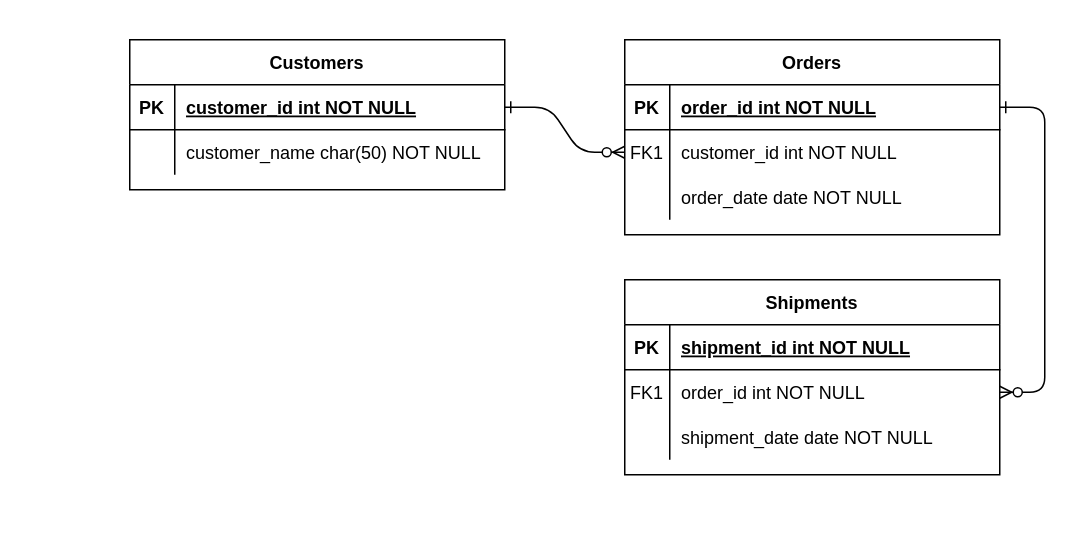
Earlier version of the draw.io diagram Courses-diagram.drawio (DulamaA/ER-diagrams). Source tidied: cells renumbered, new cells numbered last; positions are measured from the earlier drawing's top-left corner, leaving out a move shared by most shapes. Both pictures are drawn from the tidied source at 150%, with x=0, y=0 at pixel (129, 39).
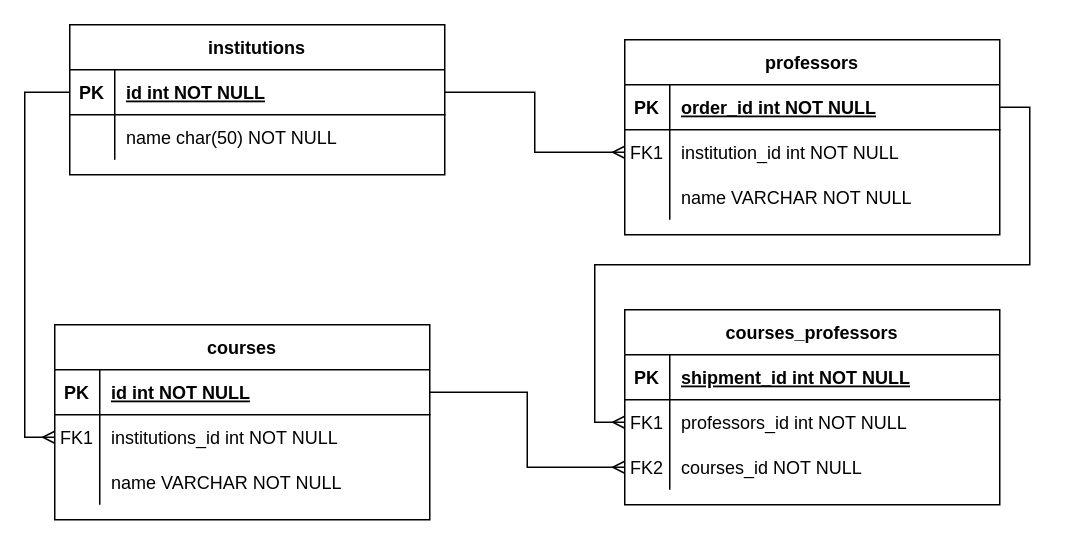
After the change.

Unchanged cells that the change refers to:
```xml
<mxCell id="5" style="shape=partialRectangle;fillColor=none;points=[[0,0.5],[1,0.5]];portConstraint=eastwest;top=0;left=0;right=0;bottom=1;" parent="4" vertex="1">
  <mxGeometry y="30" width="250" height="30" as="geometry" />
</mxCell>
<mxCell id="8" style="shape=partialRectangle;fillColor=none;points=[[0,0.5],[1,0.5]];portConstraint=eastwest;top=0;left=0;right=0;bottom=0;" parent="4" vertex="1">
  <mxGeometry y="60" width="250" height="30" as="geometry" />
</mxCell>
<mxCell id="11" style="shape=partialRectangle;fillColor=none;top=0;left=0;right=0;bottom=0;" parent="4" vertex="1">
  <mxGeometry y="90" width="250" height="30" as="geometry" />
</mxCell>
<mxCell id="18" style="shape=partialRectangle;fillColor=none;points=[[0,0.5],[1,0.5]];portConstraint=eastwest;top=0;left=0;right=0;bottom=0;" parent="14" vertex="1">
  <mxGeometry y="60" width="250" height="30" as="geometry" />
</mxCell>
<mxCell id="21" style="shape=partialRectangle;fillColor=none;points=[[0,0.5],[1,0.5]];portConstraint=eastwest;top=0;left=0;right=0;bottom=0;" parent="14" vertex="1">
  <mxGeometry y="90" width="250" height="30" as="geometry" />
</mxCell>
<mxCell id="25" style="shape=partialRectangle;fillColor=none;points=[[0,0.5],[1,0.5]];portConstraint=eastwest;top=0;left=0;right=0;bottom=1;" parent="24" vertex="1">
  <mxGeometry y="30" width="250" height="30" as="geometry" />
</mxCell>
<mxCell id="28" style="shape=partialRectangle;fillColor=none;top=0;left=0;right=0;bottom=0;" parent="24" vertex="1">
  <mxGeometry y="60" width="250" height="30" as="geometry" />
</mxCell>
```

Change to the diagram source:
```diff
@@
-    <mxCell id="2" style="edgeStyle=entityRelationEdgeStyle;endArrow=ERzeroToMany;startArrow=ERone;endFill=1;startFill=0;" parent="1" edge="1" source="25" target="8">
-      <mxGeometry relative="1" as="geometry" />
-    </mxCell>
-    <mxCell id="3" style="edgeStyle=entityRelationEdgeStyle;endArrow=ERzeroToMany;startArrow=ERone;endFill=1;startFill=0;" parent="1" edge="1" source="5" target="18">
-      <mxGeometry relative="1" as="geometry" />
-    </mxCell>
-    <mxCell id="4" value="Orders" style="shape=table;startSize=30;childLayout=tableLayout;rowLines=0;fontStyle=1;align=center;" parent="1" vertex="1">
+    <mxCell id="4" value="professors" style="shape=table;startSize=30;childLayout=tableLayout;rowLines=0;fontStyle=1;align=center;" parent="1" vertex="1">
       <mxGeometry x="330" width="250" height="130" as="geometry" />
     </mxCell>
@@
-    <mxCell id="10" value="customer_id int NOT NULL" style="shape=partialRectangle;overflow=hidden;fillColor=none;top=0;left=0;bottom=0;right=0;align=left;spacingLeft=6;" parent="8" vertex="1">
+    <mxCell id="10" value="institution_id int NOT NULL" style="shape=partialRectangle;overflow=hidden;fillColor=none;top=0;left=0;bottom=0;right=0;align=left;spacingLeft=6;" parent="8" vertex="1">
       <mxGeometry x="30" width="220" height="30" as="geometry" />
     </mxCell>
@@
-    <mxCell id="13" value="order_date date NOT NULL" style="shape=partialRectangle;overflow=hidden;fillColor=none;top=0;left=0;bottom=0;right=0;align=left;spacingLeft=6;" parent="11" vertex="1">
+    <mxCell id="13" value="name VARCHAR NOT NULL" style="shape=partialRectangle;overflow=hidden;fillColor=none;top=0;left=0;bottom=0;right=0;align=left;spacingLeft=6;" parent="11" vertex="1">
       <mxGeometry x="30" width="220" height="30" as="geometry" />
     </mxCell>
-    <mxCell id="14" value="Shipments" style="shape=table;startSize=30;childLayout=tableLayout;rowLines=0;fontStyle=1;align=center;" parent="1" vertex="1">
-      <mxGeometry x="330" y="160" width="250" height="130" as="geometry" />
+    <mxCell id="14" value="courses_professors" style="shape=table;startSize=30;childLayout=tableLayout;rowLines=0;fontStyle=1;align=center;" parent="1" vertex="1">
+      <mxGeometry x="330" y="180" width="250" height="130" as="geometry" />
     </mxCell>
@@
-    <mxCell id="20" value="order_id int NOT NULL" style="shape=partialRectangle;overflow=hidden;fillColor=none;top=0;left=0;bottom=0;right=0;align=left;spacingLeft=6;" parent="18" vertex="1">
+    <mxCell id="20" value="professors_id int NOT NULL" style="shape=partialRectangle;overflow=hidden;fillColor=none;top=0;left=0;bottom=0;right=0;align=left;spacingLeft=6;" parent="18" vertex="1">
       <mxGeometry x="30" width="220" height="30" as="geometry" />
     </mxCell>
@@
-    <mxCell id="22" style="shape=partialRectangle;overflow=hidden;fillColor=none;top=0;left=0;bottom=0;right=0;" parent="21" vertex="1">
+    <mxCell id="22" value="FK2" style="shape=partialRectangle;overflow=hidden;fillColor=none;top=0;left=0;bottom=0;right=0;" parent="21" vertex="1">
       <mxGeometry width="30" height="30" as="geometry" />
     </mxCell>
-    <mxCell id="23" value="shipment_date date NOT NULL" style="shape=partialRectangle;overflow=hidden;fillColor=none;top=0;left=0;bottom=0;right=0;align=left;spacingLeft=6;" parent="21" vertex="1">
+    <mxCell id="23" value="courses_id NOT NULL" style="shape=partialRectangle;overflow=hidden;fillColor=none;top=0;left=0;bottom=0;right=0;align=left;spacingLeft=6;" parent="21" vertex="1">
       <mxGeometry x="30" width="220" height="30" as="geometry" />
     </mxCell>
-    <mxCell id="24" value="Customers" style="shape=table;startSize=30;childLayout=tableLayout;rowLines=0;fontStyle=1;align=center;" parent="1" vertex="1">
-      <mxGeometry width="250" height="100" as="geometry" />
+    <mxCell id="24" value="institutions" style="shape=table;startSize=30;childLayout=tableLayout;rowLines=0;fontStyle=1;align=center;" parent="1" vertex="1">
+      <mxGeometry x="-40" y="-10" width="250" height="100" as="geometry" />
     </mxCell>
@@
-    <mxCell id="27" value="customer_id int NOT NULL " style="shape=partialRectangle;overflow=hidden;fillColor=none;top=0;left=0;bottom=0;right=0;align=left;spacingLeft=6;fontStyle=5;" parent="25" vertex="1">
+    <mxCell id="27" value="id int NOT NULL " style="shape=partialRectangle;overflow=hidden;fillColor=none;top=0;left=0;bottom=0;right=0;align=left;spacingLeft=6;fontStyle=5;" parent="25" vertex="1">
       <mxGeometry x="30" width="220" height="30" as="geometry" />
     </mxCell>
@@
-    <mxCell id="30" value="customer_name char(50) NOT NULL" style="shape=partialRectangle;overflow=hidden;fillColor=none;top=0;left=0;bottom=0;right=0;align=left;spacingLeft=6;" parent="28" vertex="1">
+    <mxCell id="30" value="name char(50) NOT NULL" style="shape=partialRectangle;overflow=hidden;fillColor=none;top=0;left=0;bottom=0;right=0;align=left;spacingLeft=6;" parent="28" vertex="1">
       <mxGeometry x="30" width="220" height="30" as="geometry" />
     </mxCell>
+    <mxCell id="31" value="courses" style="shape=table;startSize=30;childLayout=tableLayout;rowLines=0;fontStyle=1;align=center;" parent="1" vertex="1">
+      <mxGeometry x="-50" y="190" width="250" height="130" as="geometry" />
+    </mxCell>
+    <mxCell id="32" style="shape=partialRectangle;fillColor=none;points=[[0,0.5],[1,0.5]];portConstraint=eastwest;top=0;left=0;right=0;bottom=1;" parent="31" vertex="1">
+      <mxGeometry y="30" width="250" height="30" as="geometry" />
+    </mxCell>
+    <mxCell id="33" value="PK" style="shape=partialRectangle;overflow=hidden;fillColor=none;top=0;left=0;bottom=0;right=0;fontStyle=1;" parent="32" vertex="1">
+      <mxGeometry width="30" height="30" as="geometry" />
+    </mxCell>
+    <mxCell id="34" value="id int NOT NULL" style="shape=partialRectangle;overflow=hidden;fillColor=none;top=0;left=0;bottom=0;right=0;align=left;spacingLeft=6;fontStyle=5;" parent="32" vertex="1">
+      <mxGeometry x="30" width="220" height="30" as="geometry" />
+    </mxCell>
+    <mxCell id="35" style="shape=partialRectangle;fillColor=none;points=[[0,0.5],[1,0.5]];portConstraint=eastwest;top=0;left=0;right=0;bottom=0;" parent="31" vertex="1">
+      <mxGeometry y="60" width="250" height="30" as="geometry" />
+    </mxCell>
+    <mxCell id="36" value="FK1" style="shape=partialRectangle;overflow=hidden;fillColor=none;top=0;left=0;bottom=0;right=0;" parent="35" vertex="1">
+      <mxGeometry width="30" height="30" as="geometry" />
+    </mxCell>
+    <mxCell id="37" value="institutions_id int NOT NULL" style="shape=partialRectangle;overflow=hidden;fillColor=none;top=0;left=0;bottom=0;right=0;align=left;spacingLeft=6;" parent="35" vertex="1">
+      <mxGeometry x="30" width="220" height="30" as="geometry" />
+    </mxCell>
+    <mxCell id="38" style="shape=partialRectangle;fillColor=none;top=0;left=0;right=0;bottom=0;" parent="31" vertex="1">
+      <mxGeometry y="90" width="250" height="30" as="geometry" />
+    </mxCell>
+    <mxCell id="39" style="shape=partialRectangle;overflow=hidden;fillColor=none;top=0;left=0;bottom=0;right=0;" parent="38" vertex="1">
+      <mxGeometry width="30" height="30" as="geometry" />
+    </mxCell>
+    <mxCell id="40" value="name VARCHAR NOT NULL" style="shape=partialRectangle;overflow=hidden;fillColor=none;top=0;left=0;bottom=0;right=0;align=left;spacingLeft=6;" parent="38" vertex="1">
+      <mxGeometry x="30" width="220" height="30" as="geometry" />
+    </mxCell>
+    <mxCell id="41" style="edgeStyle=orthogonalEdgeStyle;rounded=0;jettySize=auto;html=1;entryX=0;entryY=0.5;entryDx=0;entryDy=0;endArrow=ERmany;endFill=0;" parent="1" edge="1" source="32" target="21">
+      <mxGeometry relative="1" as="geometry" />
+    </mxCell>
+    <mxCell id="3" style="edgeStyle=orthogonalEdgeStyle;rounded=0;jettySize=auto;html=1;exitX=1;exitY=0.5;exitDx=0;exitDy=0;entryX=0;entryY=0.5;entryDx=0;entryDy=0;endArrow=ERmany;endFill=0;" parent="1" edge="1" source="5" target="18">
+      <mxGeometry relative="1" as="geometry" />
+    </mxCell>
+    <mxCell id="2" style="edgeStyle=orthogonalEdgeStyle;rounded=0;jettySize=auto;html=1;endArrow=ERmany;endFill=0;" parent="1" edge="1" source="25" target="8">
+      <mxGeometry relative="1" as="geometry" />
+    </mxCell>
+    <mxCell id="42" style="edgeStyle=orthogonalEdgeStyle;rounded=0;jettySize=auto;html=1;entryX=0;entryY=0.5;entryDx=0;entryDy=0;endArrow=ERmany;endFill=0;" parent="1" edge="1" source="25" target="35">
+      <mxGeometry relative="1" as="geometry" />
+    </mxCell>
```
